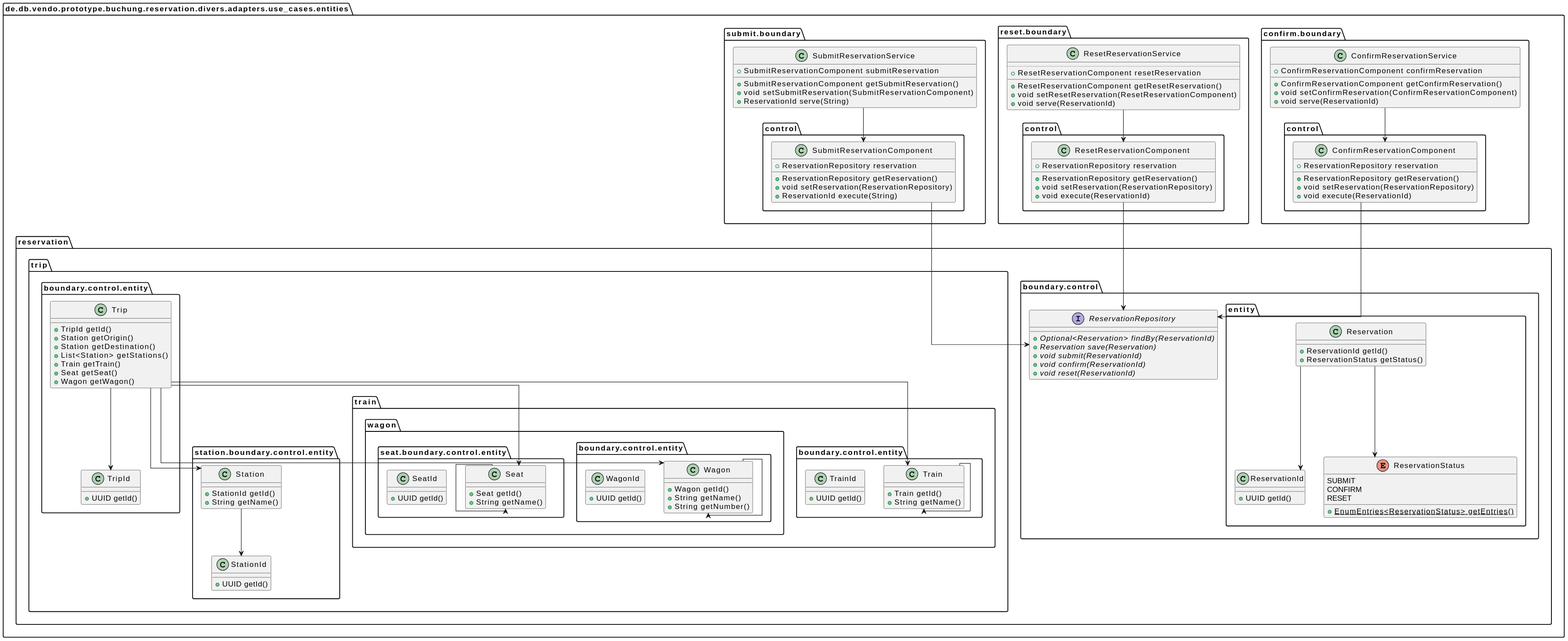
Before: doc/uml/svg/entities.svg, a diagram exported from PlantUML (punkratz312/reservation-proto).
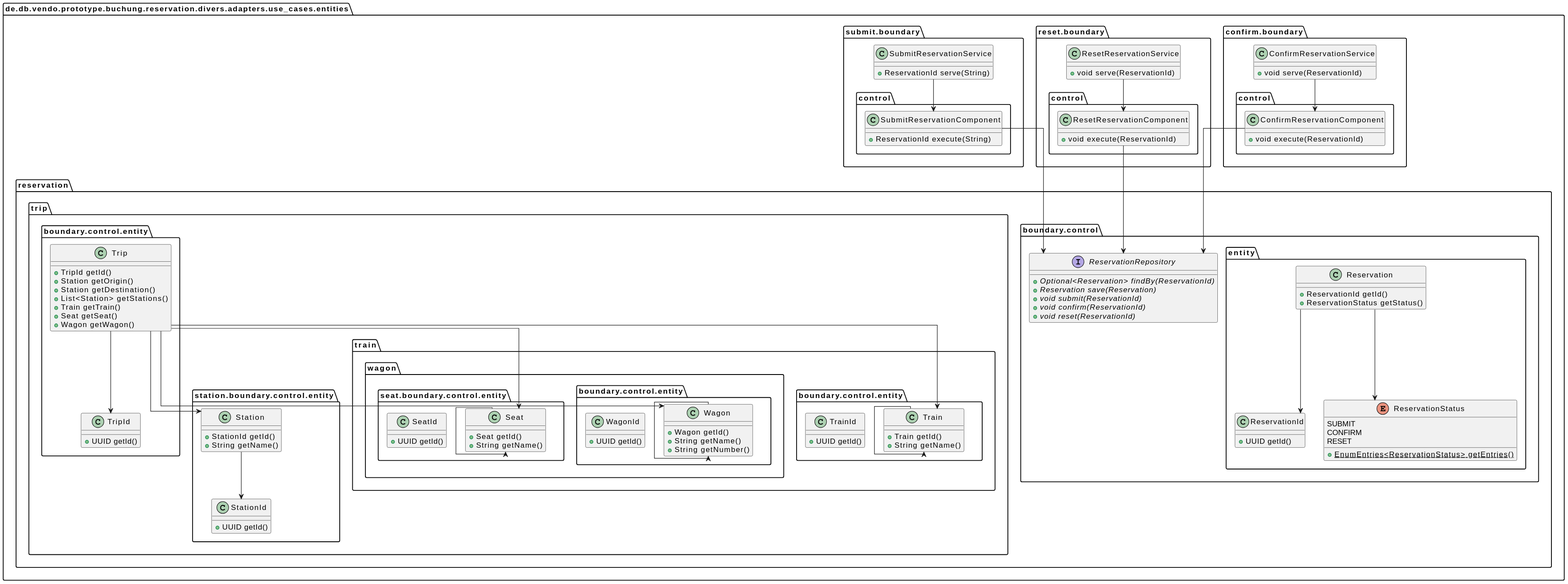
Later version of the same file.

Change to the diagram source:
```diff
@@ -4,17 +4,9 @@
 show stereotype
 
 class "ConfirmReservationService" as de.db.vendo.prototype.buchung.reservation.divers.adapters.use_cases.entities.confirm.boundary.ConfirmReservationService {
-  +ConfirmReservationComponent confirmReservation
-  __
-  +ConfirmReservationComponent getConfirmReservation()
-  +void setConfirmReservation(ConfirmReservationComponent)
   +void serve(ReservationId)
 }
 class "ConfirmReservationComponent" as de.db.vendo.prototype.buchung.reservation.divers.adapters.use_cases.entities.confirm.boundary.control.ConfirmReservationComponent {
-  +ReservationRepository reservation
-  __
-  +ReservationRepository getReservation()
-  +void setReservation(ReservationRepository)
   +void execute(ReservationId)
 }
 interface "ReservationRepository" as de.db.vendo.prototype.buchung.reservation.divers.adapters.use_cases.entities.reservation.boundary.control.ReservationRepository {
@@ -80,32 +72,15 @@
   +UUID getId()
 }
 class "ResetReservationService" as de.db.vendo.prototype.buchung.reservation.divers.adapters.use_cases.entities.reset.boundary.ResetReservationService {
-  ..
-  +ResetReservationComponent resetReservation
-  __
-  +ResetReservationComponent getResetReservation()
-  +void setResetReservation(ResetReservationComponent)
   +void serve(ReservationId)
 }
 class "ResetReservationComponent" as de.db.vendo.prototype.buchung.reservation.divers.adapters.use_cases.entities.reset.boundary.control.ResetReservationComponent {
-  +ReservationRepository reservation
-  __
-  +ReservationRepository getReservation()
-  +void setReservation(ReservationRepository)
   +void execute(ReservationId)
 }
 class "SubmitReservationService" as de.db.vendo.prototype.buchung.reservation.divers.adapters.use_cases.entities.submit.boundary.SubmitReservationService {
-  +SubmitReservationComponent submitReservation
-  __
-  +SubmitReservationComponent getSubmitReservation()
-  +void setSubmitReservation(SubmitReservationComponent)
   +ReservationId serve(String)
 }
 class "SubmitReservationComponent" as de.db.vendo.prototype.buchung.reservation.divers.adapters.use_cases.entities.submit.boundary.control.SubmitReservationComponent {
-  +ReservationRepository reservation
-  __
-  +ReservationRepository getReservation()
-  +void setReservation(ReservationRepository)
   +ReservationId execute(String)
 }
 de.db.vendo.prototype.buchung.reservation.divers.adapters.use_cases.entities.confirm.boundary.ConfirmReservationService --> de.db.vendo.prototype.buchung.reservation.divers.adapters.use_cases.entities.confirm.boundary.control.ConfirmReservationComponent
```
